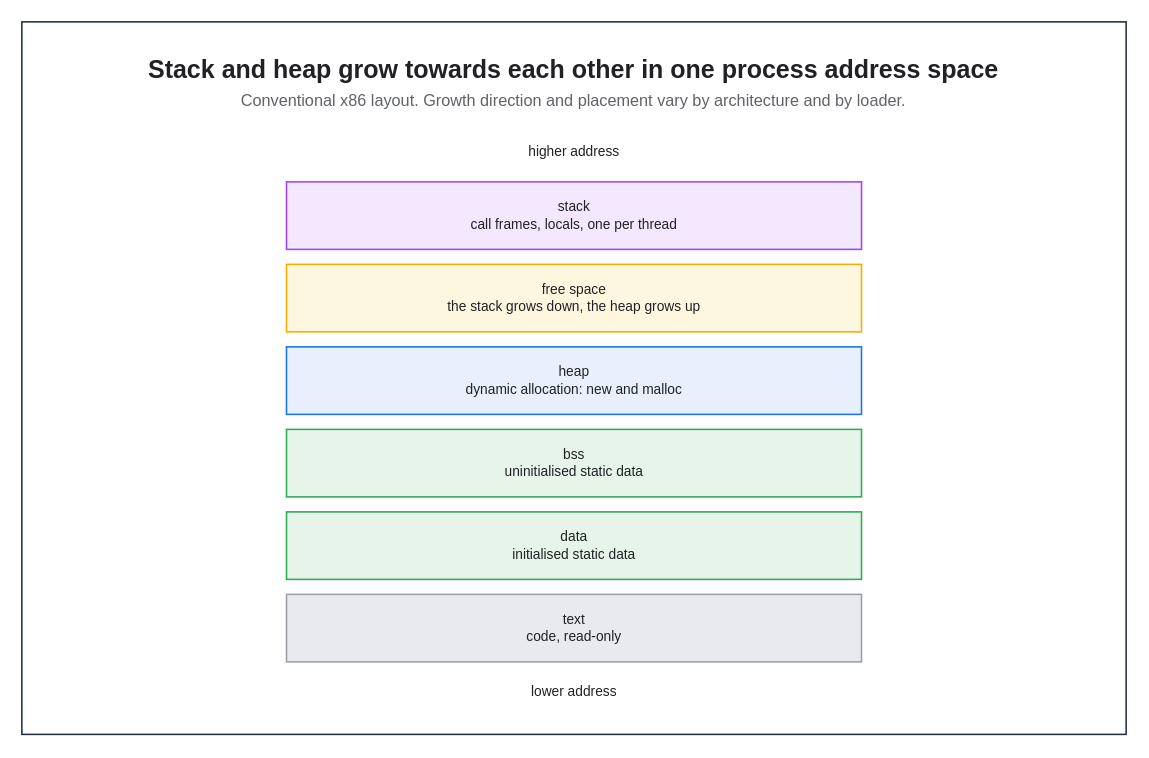
Above: assets/img/jvm/jvm-01-process-memory-layout.drawio in KKamJi98/kkamji98.github.io (draw.io), before the change. Source tidied: cells renumbered, new cells numbered last; positions are measured from the earlier drawing's top-left corner, leaving out a move shared by most shapes. Both pictures are drawn from the tidied source at 125%, with x=0, y=0 at pixel (21, 21).
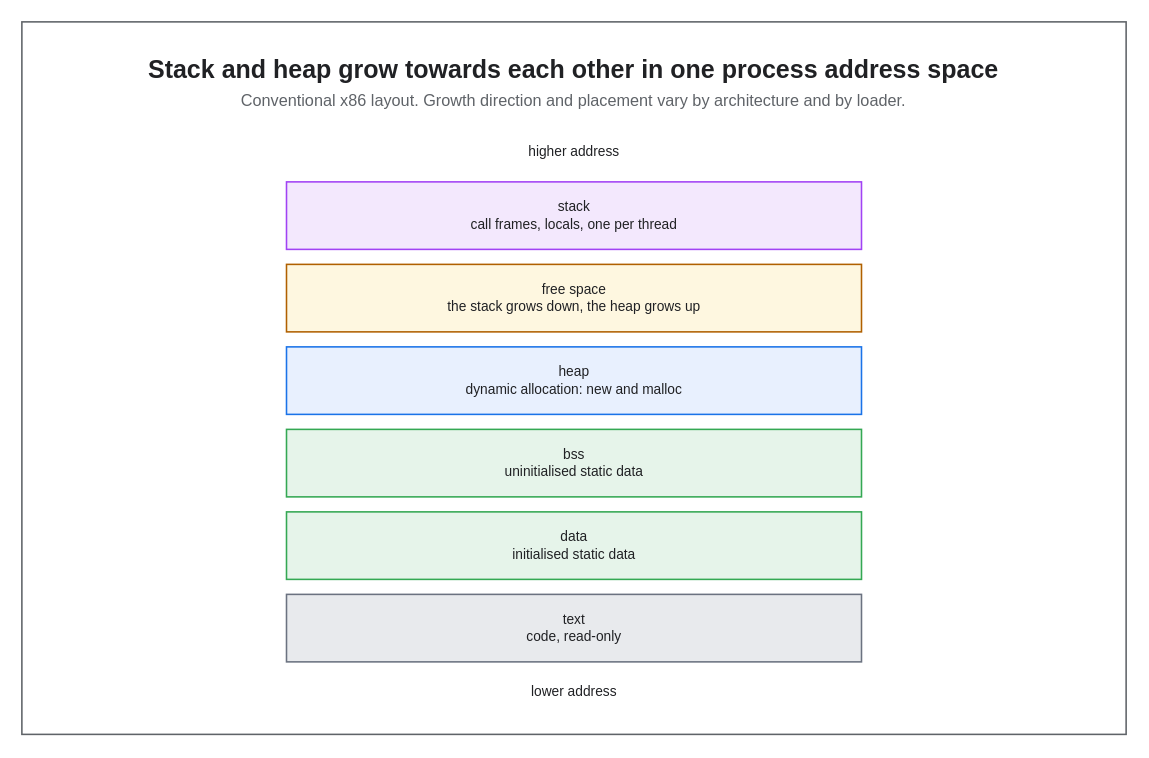
The same diagram, later.

What changed in the source:
```diff
@@
 <mxGraphModel background="#FFFFFF">
   <root>
     <mxCell id="0" />
     <mxCell id="1" parent="0" />
-    <mxCell id="2" style="rounded=0;html=0;fillColor=none;strokeColor=#232F3E;fontColor=#202124;strokeWidth=1.25;" parent="1" vertex="1">
+    <mxCell id="2" style="rounded=0;html=0;fillColor=none;strokeColor=#5F6368;fontColor=#202124;strokeWidth=1.25;" parent="1" vertex="1">
       <mxGeometry width="883.4" height="570" as="geometry" />
     </mxCell>
     <mxCell id="3" value="Stack and heap grow towards each other in one process address space" style="text;html=0;whiteSpace=wrap;fillColor=none;strokeColor=none;fontColor=#202124;fontSize=20;fontStyle=1;align=center;verticalAlign=middle;" parent="1" vertex="1">
       <mxGeometry x="22" y="22" width="839.4" height="30" as="geometry" />
     </mxCell>
     <mxCell id="4" value="Conventional x86 layout. Growth direction and placement vary by architecture and by loader." style="text;html=0;whiteSpace=wrap;fillColor=none;strokeColor=none;fontColor=#5F6368;fontSize=13;fontStyle=0;align=center;verticalAlign=middle;" parent="1" vertex="1">
       <mxGeometry x="22" y="52" width="839.4" height="22" as="geometry" />
     </mxCell>
     <mxCell id="5" value="higher address" style="text;html=0;whiteSpace=wrap;fillColor=none;strokeColor=none;fontColor=#202124;fontSize=11;fontStyle=0;align=center;verticalAlign=middle;" parent="1" vertex="1">
       <mxGeometry x="353.7" y="92" width="176" height="24" as="geometry" />
     </mxCell>
     <mxCell id="6" value="stack&#10;call frames, locals, one per thread" style="rounded=0;whiteSpace=wrap;html=0;fillColor=#F3E8FD;strokeColor=#A142F4;fontColor=#202124;fontSize=11;fontStyle=0;align=center;verticalAlign=middle;spacingLeft=6;spacingRight=6;strokeWidth=1.25;" parent="1" vertex="1">
       <mxGeometry x="211.7" y="128" width="460" height="54" as="geometry" />
     </mxCell>
-    <mxCell id="7" value="free space&#10;the stack grows down, the heap grows up" style="rounded=0;whiteSpace=wrap;html=0;fillColor=#FEF7E0;strokeColor=#F9AB00;fontColor=#202124;fontSize=11;fontStyle=0;align=center;verticalAlign=middle;spacingLeft=6;spacingRight=6;strokeWidth=1.25;" parent="1" vertex="1">
+    <mxCell id="7" value="free space&#10;the stack grows down, the heap grows up" style="rounded=0;whiteSpace=wrap;html=0;fillColor=#FEF7E0;strokeColor=#B06000;fontColor=#202124;fontSize=11;fontStyle=0;align=center;verticalAlign=middle;spacingLeft=6;spacingRight=6;strokeWidth=1.25;" parent="1" vertex="1">
       <mxGeometry x="211.7" y="194" width="460" height="54" as="geometry" />
     </mxCell>
     <mxCell id="8" value="heap&#10;dynamic allocation: new and malloc" style="rounded=0;whiteSpace=wrap;html=0;fillColor=#E8F0FE;strokeColor=#1A73E8;fontColor=#202124;fontSize=11;fontStyle=0;align=center;verticalAlign=middle;spacingLeft=6;spacingRight=6;strokeWidth=1.25;" parent="1" vertex="1">
       <mxGeometry x="211.7" y="260" width="460" height="54" as="geometry" />
     </mxCell>
     <mxCell id="9" value="bss&#10;uninitialised static data" style="rounded=0;whiteSpace=wrap;html=0;fillColor=#E6F4EA;strokeColor=#34A853;fontColor=#202124;fontSize=11;fontStyle=0;align=center;verticalAlign=middle;spacingLeft=6;spacingRight=6;strokeWidth=1.25;" parent="1" vertex="1">
       <mxGeometry x="211.7" y="326" width="460" height="54" as="geometry" />
     </mxCell>
     <mxCell id="10" value="data&#10;initialised static data" style="rounded=0;whiteSpace=wrap;html=0;fillColor=#E6F4EA;strokeColor=#34A853;fontColor=#202124;fontSize=11;fontStyle=0;align=center;verticalAlign=middle;spacingLeft=6;spacingRight=6;strokeWidth=1.25;" parent="1" vertex="1">
       <mxGeometry x="211.7" y="392" width="460" height="54" as="geometry" />
     </mxCell>
-    <mxCell id="11" value="text&#10;code, read-only" style="rounded=0;whiteSpace=wrap;html=0;fillColor=#E8EAED;strokeColor=#9AA0A6;fontColor=#202124;fontSize=11;fontStyle=0;align=center;verticalAlign=middle;spacingLeft=6;spacingRight=6;strokeWidth=1.25;" parent="1" vertex="1">
+    <mxCell id="11" value="text&#10;code, read-only" style="rounded=0;whiteSpace=wrap;html=0;fillColor=#E8EAED;strokeColor=#6B7280;fontColor=#202124;fontSize=11;fontStyle=0;align=center;verticalAlign=middle;spacingLeft=6;spacingRight=6;strokeWidth=1.25;" parent="1" vertex="1">
       <mxGeometry x="211.7" y="458" width="460" height="54" as="geometry" />
     </mxCell>
     <mxCell id="12" value="lower address" style="text;html=0;whiteSpace=wrap;fillColor=none;strokeColor=none;fontColor=#202124;fontSize=11;fontStyle=0;align=center;verticalAlign=middle;" parent="1" vertex="1">
       <mxGeometry x="353.7" y="524" width="176" height="24" as="geometry" />
     </mxCell>
   </root>
 </mxGraphModel>
```
